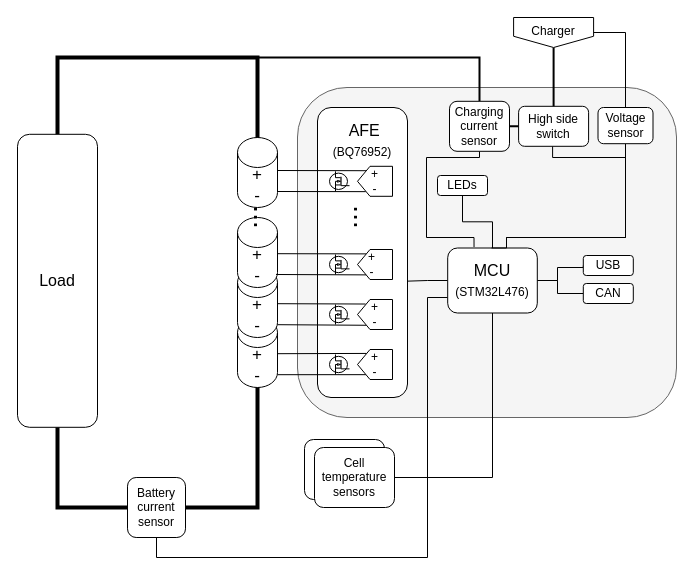
G-Pereira/greenmobi-bms keeps this draw.io diagram as docs/block-diagram.drawio. Above is the earlier version. Source tidied: cells renumbered, new cells numbered last; positions are measured from the earlier drawing's top-left corner, leaving out a move shared by most shapes. Both pictures are drawn from the tidied source at 100%, with x=0, y=0 at pixel (17, 17).
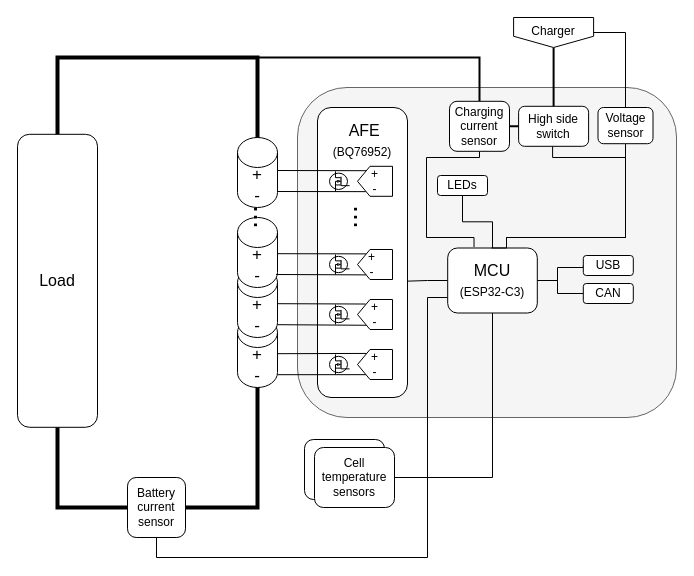
Above is the later version.

What changed in the source:
```diff
@@
-    <mxCell id="15" value="MCU&lt;br&gt;&lt;font style=&quot;font-size: 12px;&quot;&gt;(STM32L476)&lt;/font&gt;" style="rounded=1;whiteSpace=wrap;html=1;fontSize=16;" parent="1" vertex="1">
+    <mxCell id="15" value="MCU&lt;br&gt;&lt;font style=&quot;font-size: 12px;&quot;&gt;(ESP32-C3)&lt;/font&gt;" style="rounded=1;whiteSpace=wrap;html=1;fontSize=16;" parent="1" vertex="1">
       <mxGeometry x="430.2" y="230.5" width="89.6" height="65" as="geometry" />
     </mxCell>
```
